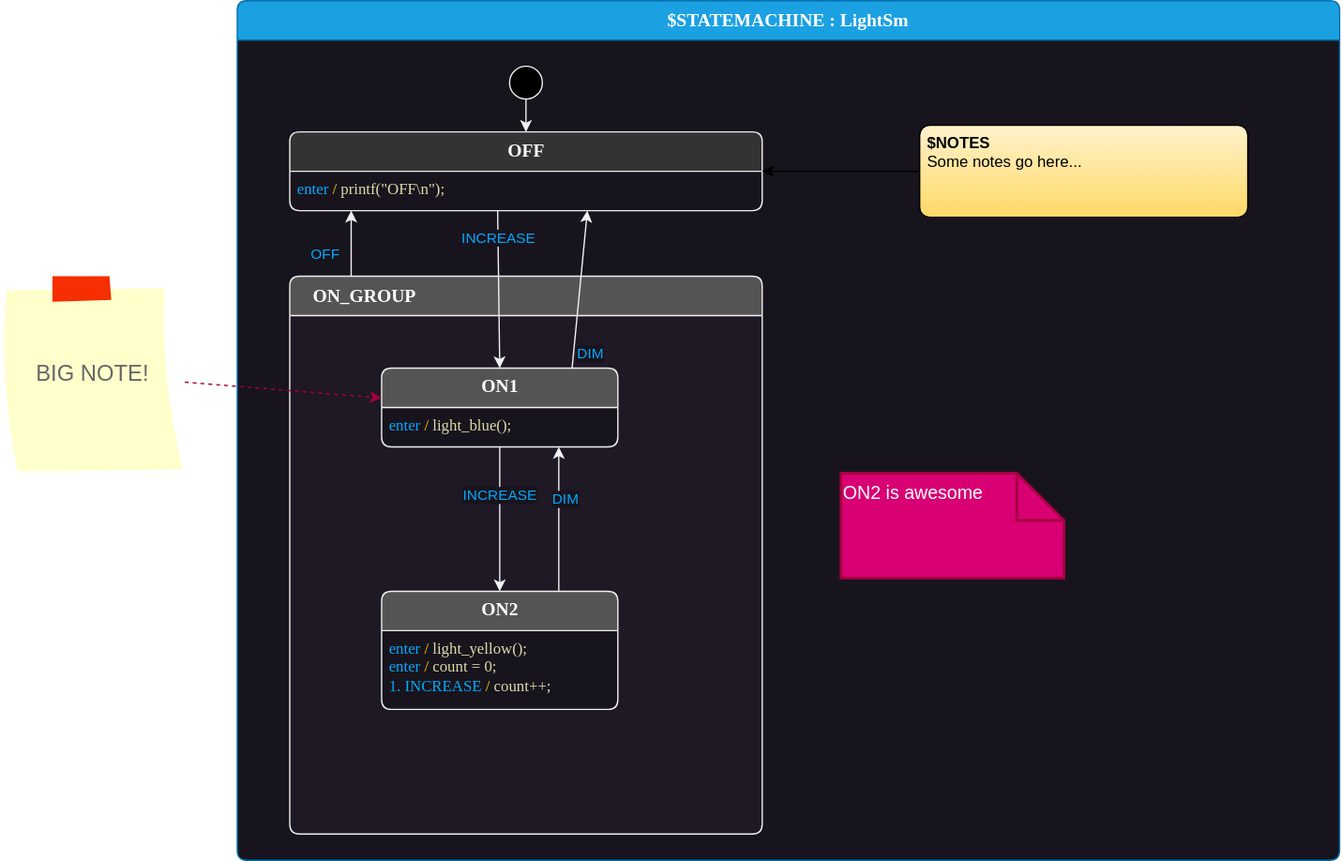
Above: lesson-5/c99-gcc/src/LightSm.drawio.svg in StateSmith/tutorial-2 (draw.io), before the change. Source tidied: cells renumbered, new cells last; positions are measured from the earlier drawing's top-left corner, leaving out a move shared by most shapes.
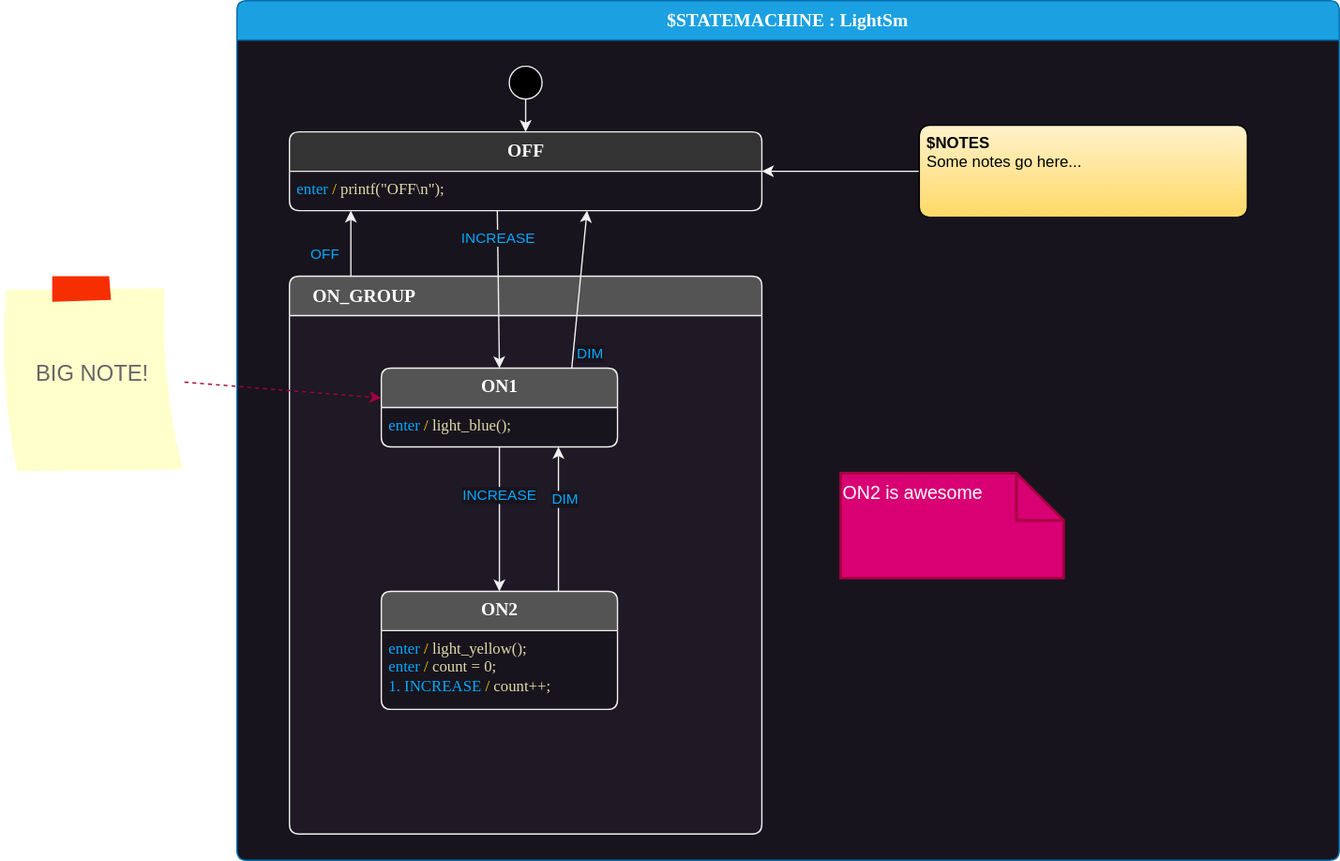
The same diagram one commit later.

Commit message:
another light theme fix

What changed in the source:
```diff
@@ -53,7 +53,7 @@
     <mxCell id="18" value="INCREASE" style="edgeStyle=none;html=1;entryX=0.5;entryY=0;entryDx=0;entryDy=0;fontColor=#00AAFF;labelBackgroundColor=#18141D;strokeColor=#F0F0F0;exitX=0.44;exitY=1;exitDx=0;exitDy=0;exitPerimeter=0;" parent="2" edge="1" source="14" target="5">
       <mxGeometry x="-0.65" relative="1" as="geometry" />
     </mxCell>
-    <mxCell id="19" style="edgeStyle=orthogonalEdgeStyle;rounded=0;jettySize=auto;html=1;entryX=1;entryY=0.5;entryDx=0;entryDy=0;entryPerimeter=0;" parent="2" edge="1" source="20" target="14">
+    <mxCell id="19" style="edgeStyle=orthogonalEdgeStyle;rounded=0;jettySize=auto;html=1;entryX=1;entryY=0.5;entryDx=0;entryDy=0;entryPerimeter=0;strokeColor=#FFFFFF;" parent="2" edge="1" source="20" target="14">
       <mxGeometry relative="1" as="geometry" />
     </mxCell>
     <mxCell id="20" value="&lt;b&gt;$NOTES&lt;/b&gt;&#10;Some notes go here..." style="shape=rectangle;rounded=1;arcSize=15;absoluteArcSize=1;align=left;verticalAlign=top;whiteSpace=wrap;html=1;spacingLeft=4;strokeWidth=1;strokeColor=default;fillColor=#fff2cc;fontColor=#000000;gradientColor=#ffd966;" parent="2" vertex="1">
```
